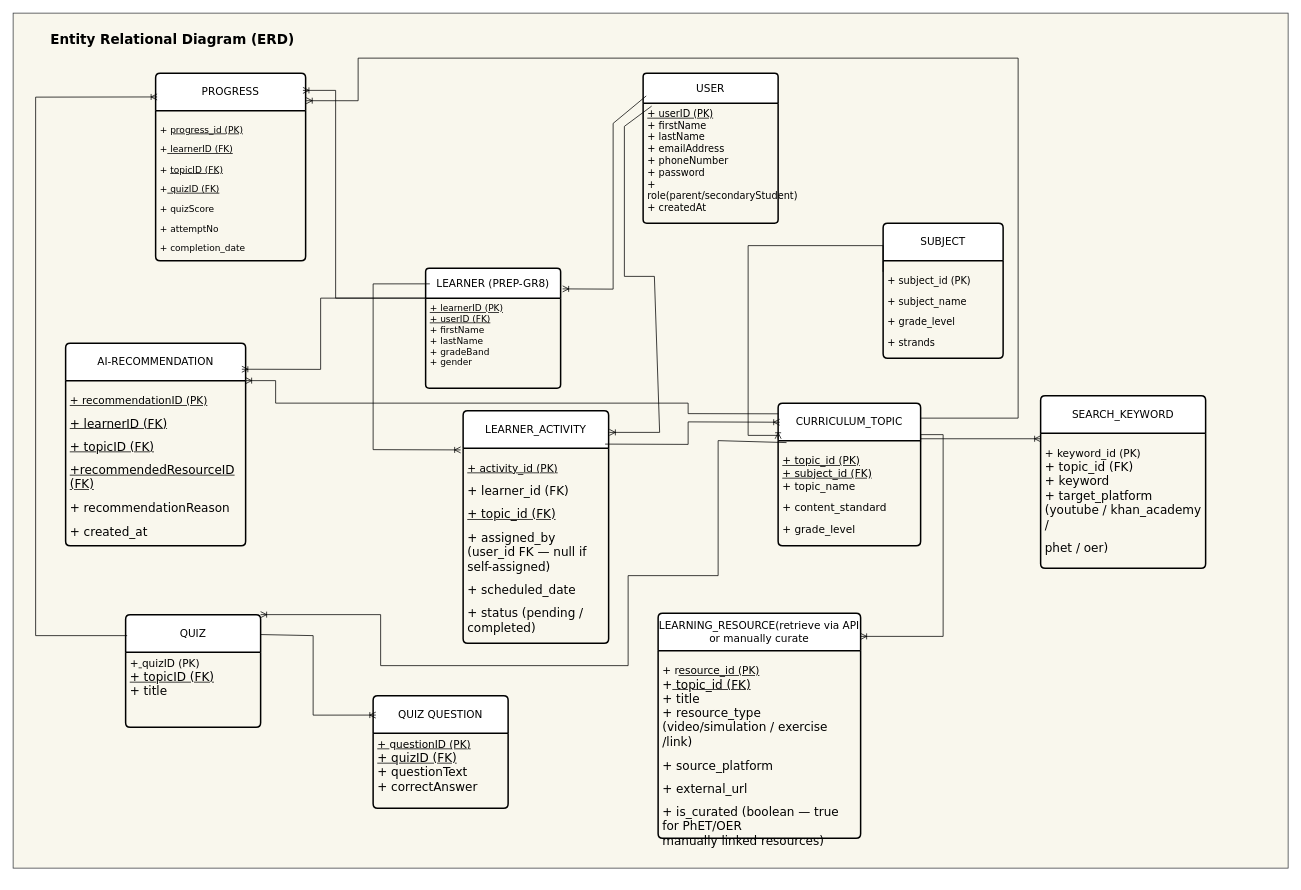
Above: page "ERD" (6 of 6) of Use Case Diagram.drawio in Nash230/IS406-Final-Year-Major-Project (draw.io), before the change. Source tidied: cells renumbered, new cells numbered last; positions are measured from the earlier drawing's top-left corner, leaving out a move shared by most shapes. Both pictures are drawn from the tidied source at 75%, with x=0, y=0 at pixel (13, 13).
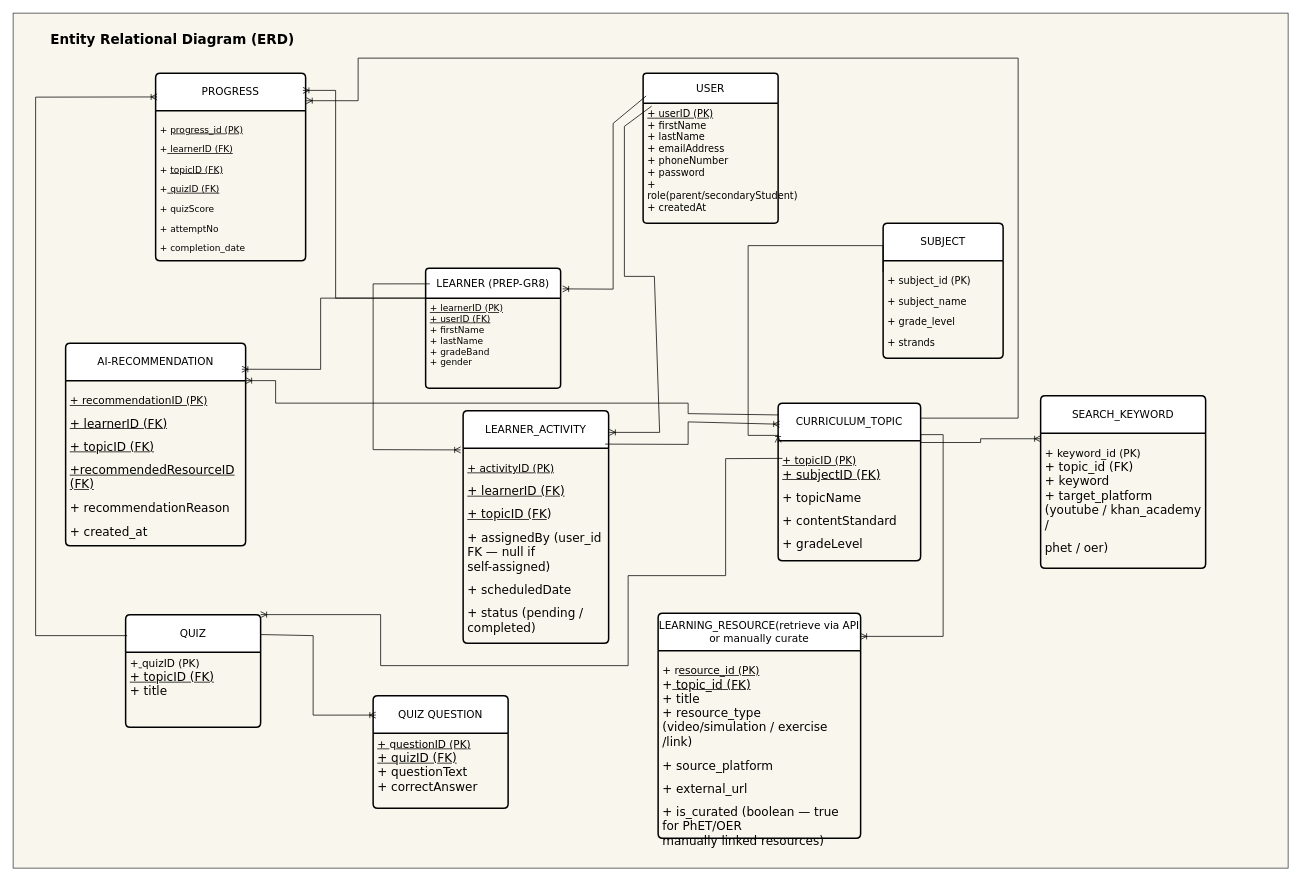
Above is the later version.

Unchanged cells that the change refers to:
```xml
<mxCell id="13" value="LEARNER_ACTIVITY" style="swimlane;horizontal=1;startSize=50;rounded=1;fontSize=14;fontStyle=0;strokeWidth=2;shadow=0;dashed=0;align=center;arcSize=4;whiteSpace=wrap;html=1;fontFamily=Verdana;" parent="1" vertex="1">
  <mxGeometry x="600" y="530" width="194" height="310" as="geometry" />
</mxCell>
<mxCell id="32" value="&lt;font face=&quot;Verdana&quot;&gt;QUIZ&lt;/font&gt;" style="swimlane;horizontal=1;startSize=50;rounded=1;fontSize=14;fontStyle=0;strokeWidth=2;shadow=0;dashed=0;align=center;arcSize=4;whiteSpace=wrap;html=1;" parent="1" vertex="1">
  <mxGeometry x="150" y="802" width="180" height="150" as="geometry" />
</mxCell>
```

Change to the diagram source:
```diff
@@
     <mxCell id="7" value="CURRICULUM_TOPIC" style="swimlane;horizontal=1;startSize=50;rounded=1;fontSize=14;fontStyle=0;strokeWidth=2;shadow=0;dashed=0;align=center;arcSize=4;whiteSpace=wrap;html=1;fontFamily=Verdana;" parent="1" vertex="1">
-      <mxGeometry x="1020" y="520" width="190" height="190" as="geometry" />
+      <mxGeometry x="1020" y="520" width="190" height="210" as="geometry" />
     </mxCell>
-    <mxCell id="8" value="&lt;p class=&quot;MsoNormal&quot; style=&quot;margin-bottom:0in;margin-bottom:.0001pt;text-align:&amp;lt;br/&amp;gt;justify;text-justify:inter-ideograph&quot;&gt;&lt;font face=&quot;Verdana&quot; style=&quot;font-size: 14px;&quot;&gt;&lt;u&gt;&lt;span lang=&quot;EN-AU&quot; style=&quot;mso-ansi-language:&amp;lt;br/&amp;gt;EN-AU;mso-bidi-font-weight:bold&quot;&gt;+ topic_id (PK)&lt;/span&gt;&lt;/u&gt;&lt;/font&gt;&lt;/p&gt;&lt;div&gt;&lt;font face=&quot;Verdana&quot; style=&quot;font-size: 14px;&quot;&gt;&lt;u&gt;&lt;span lang=&quot;EN-AU&quot; style=&quot;mso-ansi-language:&amp;lt;br/&amp;gt;EN-AU;mso-bidi-font-weight:bold&quot;&gt;+ subject_id (FK)&lt;/span&gt;&lt;/u&gt;&lt;/font&gt;&lt;/div&gt;&lt;div&gt;&lt;font face=&quot;Verdana&quot; style=&quot;font-size: 14px;&quot;&gt;&lt;span lang=&quot;EN-AU&quot; style=&quot;mso-ansi-language:&amp;lt;br/&amp;gt;EN-AU;mso-bidi-font-weight:bold&quot;&gt;+ topic_name&lt;/span&gt;&lt;/font&gt;&lt;/div&gt;&lt;p class=&quot;MsoNormal&quot; style=&quot;margin-bottom:0in;margin-bottom:.0001pt;text-align:&amp;lt;br/&amp;gt;justify;text-justify:inter-ideograph&quot;&gt;&lt;font face=&quot;Verdana&quot; style=&quot;font-size: 14px;&quot;&gt;&lt;span lang=&quot;EN-AU&quot; style=&quot;mso-ansi-language:&amp;lt;br/&amp;gt;EN-AU;mso-bidi-font-weight:bold&quot;&gt;+ content_standard&lt;/span&gt;&lt;/font&gt;&lt;/p&gt;&lt;p class=&quot;MsoNormal&quot; style=&quot;margin-bottom:0in;margin-bottom:.0001pt;text-align:&amp;lt;br/&amp;gt;justify;text-justify:inter-ideograph&quot;&gt;&lt;font face=&quot;Verdana&quot; style=&quot;font-size: 14px;&quot;&gt;&lt;span lang=&quot;EN-AU&quot; style=&quot;mso-ansi-language:&amp;lt;br/&amp;gt;EN-AU;mso-bidi-font-weight:bold&quot;&gt;+ grade_level&lt;/span&gt;&lt;/font&gt;&lt;/p&gt;&lt;font face=&quot;Verdana&quot; style=&quot;font-size: 14px;&quot;&gt;&lt;br&gt;&lt;/font&gt;&lt;div&gt;&lt;font face=&quot;Verdana&quot; style=&quot;font-size: 14px;&quot;&gt;&lt;br&gt;&lt;/font&gt;&lt;/div&gt;" style="align=left;strokeColor=none;fillColor=none;spacingLeft=4;spacingRight=4;fontSize=12;verticalAlign=top;html=1;whiteSpace=wrap;" parent="7" vertex="1">
-      <mxGeometry y="50" width="190" height="140" as="geometry" />
+    <mxCell id="8" value="&lt;p class=&quot;MsoNormal&quot; style=&quot;margin-bottom:0in;margin-bottom:.0001pt;text-align:&amp;lt;br/&amp;gt;justify;text-justify:inter-ideograph&quot;&gt;&lt;font style=&quot;font-size: 14px;&quot; face=&quot;Verdana&quot;&gt;&lt;u&gt;&lt;span lang=&quot;EN-AU&quot; style=&quot;mso-ansi-language:&amp;lt;br/&amp;gt;EN-AU;mso-bidi-font-weight:bold&quot;&gt;+ topicID (PK)&lt;/span&gt;&lt;/u&gt;&lt;/font&gt;&lt;/p&gt;&lt;font size=&quot;3&quot; face=&quot;Verdana&quot;&gt;&lt;u&gt;&lt;span lang=&quot;EN-AU&quot; style=&quot;mso-ansi-language:&amp;lt;br/&amp;gt;EN-AU;mso-bidi-font-weight:bold&quot;&gt;+ subjectID (FK)&lt;/span&gt;&lt;/u&gt;&lt;/font&gt;&lt;font size=&quot;3&quot; face=&quot;Verdana&quot;&gt;&lt;br&gt;&lt;/font&gt;&lt;p class=&quot;MsoNormal&quot; style=&quot;margin-bottom:0in;margin-bottom:.0001pt;text-align:&amp;lt;br/&amp;gt;justify;text-justify:inter-ideograph&quot;&gt;&lt;font size=&quot;3&quot; face=&quot;Verdana&quot;&gt;&lt;span lang=&quot;EN-AU&quot; style=&quot;mso-ansi-language:&amp;lt;br/&amp;gt;EN-AU;mso-bidi-font-weight:bold&quot;&gt;+ topicName&lt;/span&gt;&lt;/font&gt;&lt;/p&gt;&lt;p class=&quot;MsoNormal&quot; style=&quot;margin-bottom:0in;margin-bottom:.0001pt;text-align:&amp;lt;br/&amp;gt;justify;text-justify:inter-ideograph&quot;&gt;&lt;font size=&quot;3&quot; face=&quot;Verdana&quot;&gt;&lt;span lang=&quot;EN-AU&quot; style=&quot;mso-ansi-language:&amp;lt;br/&amp;gt;EN-AU;mso-bidi-font-weight:bold&quot;&gt;+ contentStandard&lt;/span&gt;&lt;/font&gt;&lt;/p&gt;&lt;p class=&quot;MsoNormal&quot; style=&quot;margin-bottom:0in;margin-bottom:.0001pt;text-align:&amp;lt;br/&amp;gt;justify;text-justify:inter-ideograph&quot;&gt;&lt;font size=&quot;3&quot; face=&quot;Verdana&quot;&gt;&lt;span lang=&quot;EN-AU&quot; style=&quot;mso-ansi-language:&amp;lt;br/&amp;gt;EN-AU;mso-bidi-font-weight:bold&quot;&gt;+ gradeLevel&lt;/span&gt;&lt;/font&gt;&lt;/p&gt;&lt;font size=&quot;3&quot; face=&quot;Verdana&quot;&gt;&lt;br&gt;&lt;/font&gt;&lt;div&gt;&lt;font size=&quot;3&quot; face=&quot;Verdana&quot;&gt;&lt;br&gt;&lt;/font&gt;&lt;/div&gt;" style="align=left;strokeColor=none;fillColor=none;spacingLeft=4;spacingRight=4;fontSize=12;verticalAlign=top;html=1;whiteSpace=wrap;" parent="7" vertex="1">
+      <mxGeometry y="50" width="190" height="160" as="geometry" />
     </mxCell>
@@
-    <mxCell id="14" value="&lt;p class=&quot;MsoNormal&quot; style=&quot;margin-bottom:0in;margin-bottom:.0001pt;text-align:&amp;lt;br/&amp;gt;justify;text-justify:inter-ideograph&quot;&gt;&lt;u&gt;&lt;font style=&quot;font-size: 14px;&quot; face=&quot;Verdana&quot;&gt;&lt;span lang=&quot;EN-AU&quot; style=&quot;mso-ansi-language:&amp;lt;br/&amp;gt;EN-AU;mso-bidi-font-weight:bold&quot;&gt;+ activity_id (PK)&lt;/span&gt;&lt;/font&gt;&lt;/u&gt;&lt;/p&gt;&lt;p class=&quot;MsoNormal&quot; style=&quot;margin-bottom:0in;margin-bottom:.0001pt;text-align:&amp;lt;br/&amp;gt;justify;text-justify:inter-ideograph&quot;&gt;&lt;font size=&quot;3&quot; face=&quot;Verdana&quot;&gt;&lt;span lang=&quot;EN-AU&quot; style=&quot;mso-ansi-language:&amp;lt;br/&amp;gt;EN-AU;mso-bidi-font-weight:bold&quot;&gt;+ learner_id (FK)&lt;/span&gt;&lt;/font&gt;&lt;/p&gt;&lt;p class=&quot;MsoNormal&quot; style=&quot;margin-bottom:0in;margin-bottom:.0001pt;text-align:&amp;lt;br/&amp;gt;justify;text-justify:inter-ideograph&quot;&gt;&lt;u&gt;&lt;font size=&quot;3&quot; face=&quot;Verdana&quot;&gt;&lt;span lang=&quot;EN-AU&quot; style=&quot;mso-ansi-language:&amp;lt;br/&amp;gt;EN-AU;mso-bidi-font-weight:bold&quot;&gt;+ topic_id (FK)&lt;/span&gt;&lt;/font&gt;&lt;/u&gt;&lt;/p&gt;&lt;p class=&quot;MsoNormal&quot; style=&quot;margin-bottom:0in;margin-bottom:.0001pt;text-align:&amp;lt;br/&amp;gt;justify;text-justify:inter-ideograph&quot;&gt;&lt;font size=&quot;3&quot; face=&quot;Verdana&quot;&gt;&lt;span lang=&quot;EN-AU&quot; style=&quot;mso-ansi-language:&amp;lt;br/&amp;gt;EN-AU;mso-bidi-font-weight:bold&quot;&gt;+ assigned_by (user_id FK — null if&lt;br&gt;self-assigned)&lt;/span&gt;&lt;/font&gt;&lt;/p&gt;&lt;p class=&quot;MsoNormal&quot; style=&quot;margin-bottom:0in;margin-bottom:.0001pt;text-align:&amp;lt;br/&amp;gt;justify;text-justify:inter-ideograph&quot;&gt;&lt;font size=&quot;3&quot; face=&quot;Verdana&quot;&gt;&lt;span lang=&quot;EN-AU&quot; style=&quot;mso-ansi-language:&amp;lt;br/&amp;gt;EN-AU;mso-bidi-font-weight:bold&quot;&gt;+ scheduled_date&lt;/span&gt;&lt;/font&gt;&lt;/p&gt;&lt;p class=&quot;MsoNormal&quot; style=&quot;margin-bottom:0in;margin-bottom:.0001pt;text-align:&amp;lt;br/&amp;gt;justify;text-justify:inter-ideograph&quot;&gt;&lt;font size=&quot;3&quot; face=&quot;Verdana&quot;&gt;&lt;span lang=&quot;EN-AU&quot; style=&quot;mso-ansi-language:&amp;lt;br/&amp;gt;EN-AU;mso-bidi-font-weight:bold&quot;&gt;+ status (pending / completed)&lt;/span&gt;&lt;/font&gt;&lt;/p&gt;&lt;font size=&quot;3&quot; face=&quot;Verdana&quot;&gt;&lt;br&gt;&lt;/font&gt;&lt;div&gt;&lt;font size=&quot;3&quot; face=&quot;Verdana&quot;&gt;&lt;br&gt;&lt;/font&gt;&lt;/div&gt;" style="align=left;strokeColor=none;fillColor=none;spacingLeft=4;spacingRight=4;fontSize=12;verticalAlign=top;html=1;whiteSpace=wrap;" parent="13" vertex="1">
+    <mxCell id="14" value="&lt;p class=&quot;MsoNormal&quot; style=&quot;margin-bottom:0in;margin-bottom:.0001pt;text-align:&amp;lt;br/&amp;gt;justify;text-justify:inter-ideograph&quot;&gt;&lt;font face=&quot;Verdana&quot; style=&quot;font-size: 14px;&quot;&gt;&lt;u&gt;&lt;span lang=&quot;EN-AU&quot; style=&quot;mso-ansi-language:&amp;lt;br/&amp;gt;EN-AU;mso-bidi-font-weight:bold&quot;&gt;+ activityID (PK)&lt;/span&gt;&lt;/u&gt;&lt;/font&gt;&lt;/p&gt;&lt;p class=&quot;MsoNormal&quot; style=&quot;margin-bottom:0in;margin-bottom:.0001pt;text-align:&amp;lt;br/&amp;gt;justify;text-justify:inter-ideograph&quot;&gt;&lt;font face=&quot;Verdana&quot; size=&quot;3&quot;&gt;&lt;u&gt;&lt;span lang=&quot;EN-AU&quot; style=&quot;mso-ansi-language:&amp;lt;br/&amp;gt;EN-AU;mso-bidi-font-weight:bold&quot;&gt;+ learnerID (FK)&lt;/span&gt;&lt;/u&gt;&lt;/font&gt;&lt;/p&gt;&lt;p class=&quot;MsoNormal&quot; style=&quot;margin-bottom:0in;margin-bottom:.0001pt;text-align:&amp;lt;br/&amp;gt;justify;text-justify:inter-ideograph&quot;&gt;&lt;font face=&quot;Verdana&quot; size=&quot;3&quot;&gt;&lt;u&gt;&lt;span lang=&quot;EN-AU&quot; style=&quot;mso-ansi-language:&amp;lt;br/&amp;gt;EN-AU;mso-bidi-font-weight:bold&quot;&gt;+ topicID (FK&lt;/span&gt;&lt;/u&gt;&lt;span lang=&quot;EN-AU&quot; style=&quot;mso-ansi-language:EN-AU;mso-bidi-font-weight:bold&quot;&gt;)&lt;/span&gt;&lt;/font&gt;&lt;/p&gt;&lt;p class=&quot;MsoNormal&quot; style=&quot;margin-bottom:0in;margin-bottom:.0001pt;text-align:&amp;lt;br/&amp;gt;justify;text-justify:inter-ideograph&quot;&gt;&lt;font face=&quot;Verdana&quot; size=&quot;3&quot;&gt;&lt;span lang=&quot;EN-AU&quot; style=&quot;mso-ansi-language:&amp;lt;br/&amp;gt;EN-AU;mso-bidi-font-weight:bold&quot;&gt;+ assignedBy (user_id FK — null if&lt;br&gt;self-assigned)&lt;/span&gt;&lt;/font&gt;&lt;/p&gt;&lt;p class=&quot;MsoNormal&quot; style=&quot;margin-bottom:0in;margin-bottom:.0001pt;text-align:&amp;lt;br/&amp;gt;justify;text-justify:inter-ideograph&quot;&gt;&lt;font face=&quot;Verdana&quot; size=&quot;3&quot;&gt;&lt;span lang=&quot;EN-AU&quot; style=&quot;mso-ansi-language:&amp;lt;br/&amp;gt;EN-AU;mso-bidi-font-weight:bold&quot;&gt;+ scheduledDate&lt;/span&gt;&lt;/font&gt;&lt;/p&gt;&lt;p class=&quot;MsoNormal&quot; style=&quot;margin-bottom:0in;margin-bottom:.0001pt;text-align:&amp;lt;br/&amp;gt;justify;text-justify:inter-ideograph&quot;&gt;&lt;font face=&quot;Verdana&quot; size=&quot;3&quot;&gt;&lt;span lang=&quot;EN-AU&quot; style=&quot;mso-ansi-language:&amp;lt;br/&amp;gt;EN-AU;mso-bidi-font-weight:bold&quot;&gt;+ status (pending / completed)&lt;/span&gt;&lt;/font&gt;&lt;/p&gt;&lt;br&gt;&lt;br&gt;&lt;font size=&quot;3&quot; face=&quot;Verdana&quot;&gt;&lt;br&gt;&lt;/font&gt;&lt;div&gt;&lt;font size=&quot;3&quot; face=&quot;Verdana&quot;&gt;&lt;br&gt;&lt;/font&gt;&lt;/div&gt;" style="align=left;strokeColor=none;fillColor=none;spacingLeft=4;spacingRight=4;fontSize=12;verticalAlign=top;html=1;whiteSpace=wrap;" parent="13" vertex="1">
       <mxGeometry y="50" width="194" height="260" as="geometry" />
     </mxCell>
@@
-    <mxCell id="37" style="fontSize=12;html=1;endArrow=ERoneToMany;rounded=0;exitX=0.059;exitY=0.277;exitDx=0;exitDy=0;exitPerimeter=0;entryX=1;entryY=0;entryDx=0;entryDy=0;" parent="1" edge="1" source="7" target="32">
+    <mxCell id="37" style="fontSize=12;html=1;endArrow=ERoneToMany;rounded=0;exitX=0.03;exitY=0.148;exitDx=0;exitDy=0;exitPerimeter=0;entryX=1;entryY=0;entryDx=0;entryDy=0;" parent="1" edge="1" source="8" target="32">
       <mxGeometry relative="1" as="geometry">
         <Array as="points">
-          <mxPoint x="940" y="570" />
-          <mxPoint x="940" y="750" />
+          <mxPoint x="950" y="594" />
+          <mxPoint x="950" y="750" />
           <mxPoint x="820" y="750" />
           <mxPoint x="820" y="870" />
           <mxPoint x="490" y="870" />
           <mxPoint x="490" y="802" />
         </Array>
       </mxGeometry>
     </mxCell>
```
